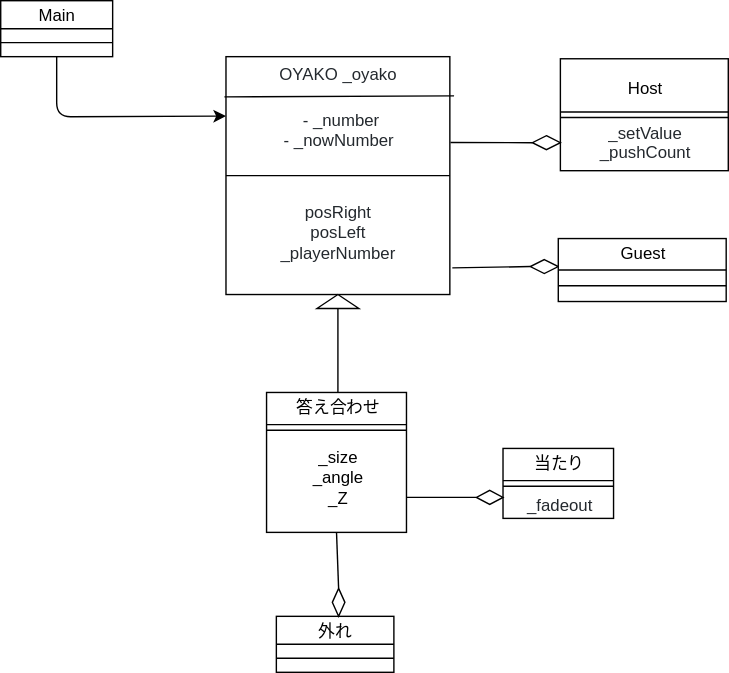
netWork2019WinterMan/netWork2019WinterMan keeps this draw.io diagram as メインクラス図.drawio のコピー.svg. Above is the earlier version. Source tidied: cells renumbered, new cells last; positions are measured from the earlier drawing's top-left corner, leaving out a move shared by most shapes.
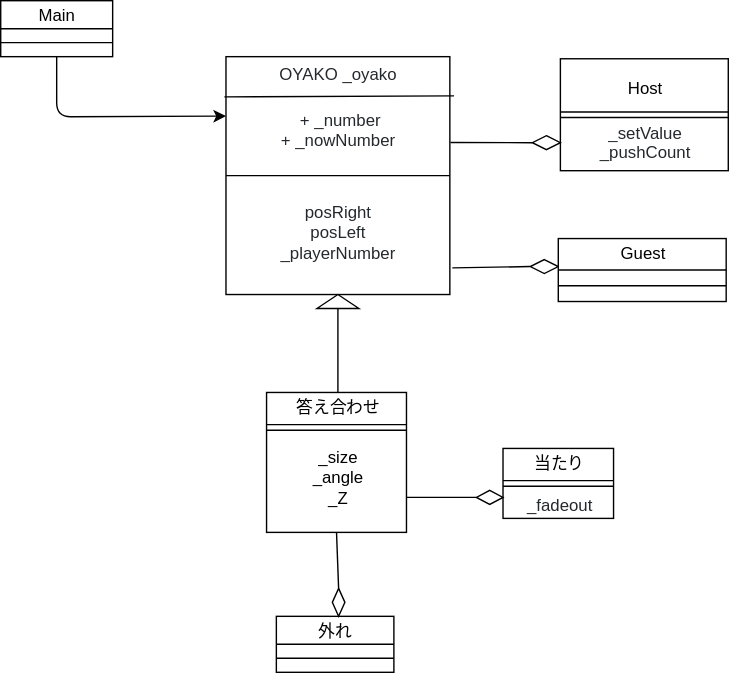
Later version of the same file.

Commit message:
Update メインクラス図.drawio のコピー.svg

Change to the diagram source:
```diff
@@ -46,7 +46,7 @@
     <mxCell id="15" value="Guest" style="text;html=1;strokeColor=none;fillColor=none;align=center;verticalAlign=middle;whiteSpace=wrap;rounded=0;" parent="1" vertex="1">
       <mxGeometry x="418.5" y="170" width="80" height="20" as="geometry" />
     </mxCell>
-    <mxCell id="16" value="&lt;span style=&quot;color: rgb(36 , 41 , 46) ; white-space: pre ; background-color: rgb(255 , 255 , 255)&quot;&gt; - _number&lt;/span&gt;&lt;span style=&quot;color: rgb(36 , 41 , 46) ; white-space: pre ; background-color: rgb(255 , 255 , 255)&quot;&gt;&lt;br/&gt;- _nowNumber&lt;/span&gt;" style="text;html=1;strokeColor=none;fillColor=none;align=center;verticalAlign=middle;whiteSpace=wrap;rounded=0;" parent="1" vertex="1">
+    <mxCell id="16" value="&lt;span style=&quot;color: rgb(36 , 41 , 46) ; white-space: pre ; background-color: rgb(255 , 255 , 255)&quot;&gt; + _number&lt;/span&gt;&lt;span style=&quot;color: rgb(36 , 41 , 46) ; white-space: pre ; background-color: rgb(255 , 255 , 255)&quot;&gt;&lt;br&gt;+ _nowNumber&lt;/span&gt;" style="text;html=1;strokeColor=none;fillColor=none;align=center;verticalAlign=middle;whiteSpace=wrap;rounded=0;" parent="1" vertex="1">
       <mxGeometry x="191" y="71.5" width="100" height="42" as="geometry" />
     </mxCell>
     <mxCell id="17" style="shape=link;html=1;entryX=1;entryY=0.5;entryDx=0;entryDy=0;exitX=0;exitY=0.5;exitDx=0;exitDy=0;" parent="1" edge="1" source="7" target="7">
```
